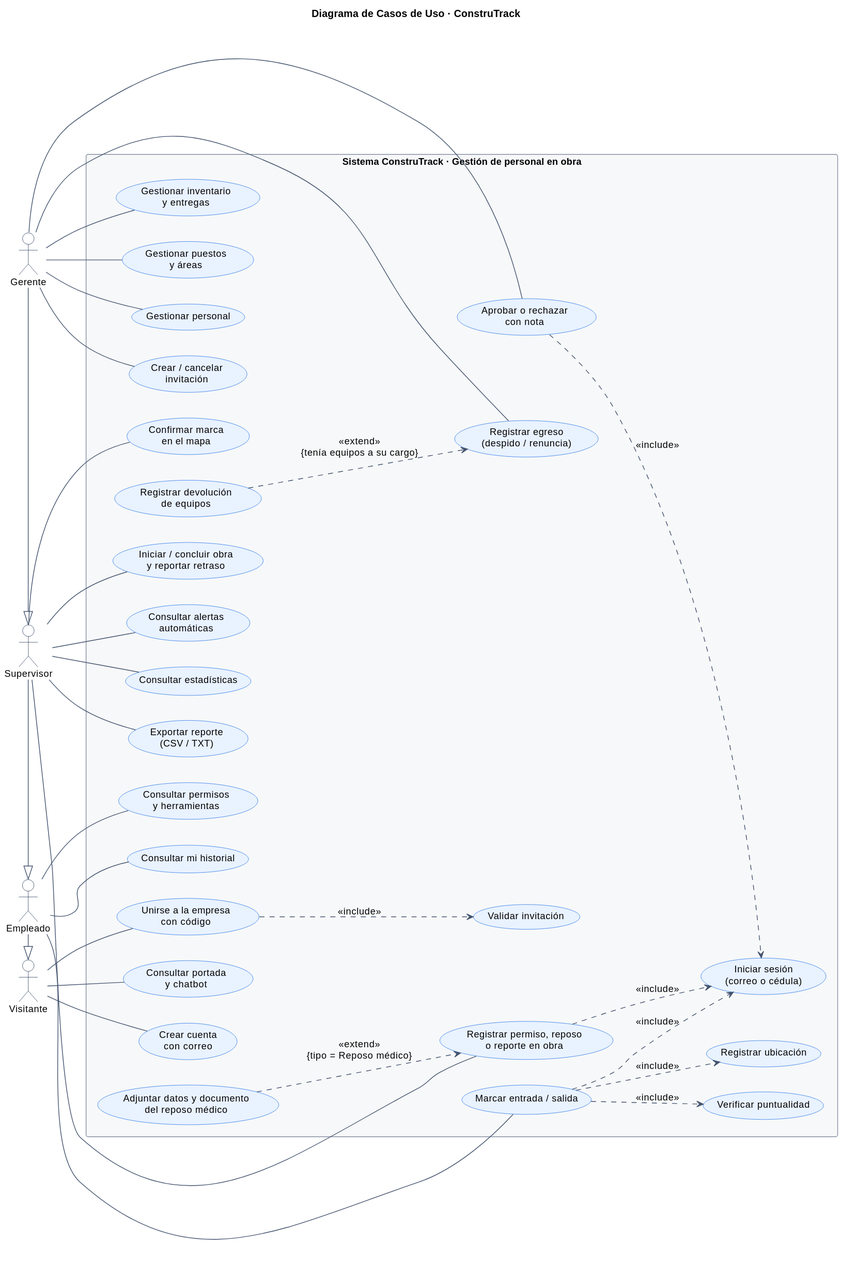
Above: docs/diagramas/img/casos_de_uso.svg in diavolo34/Proyecto-Poo (PlantUML), before the change.
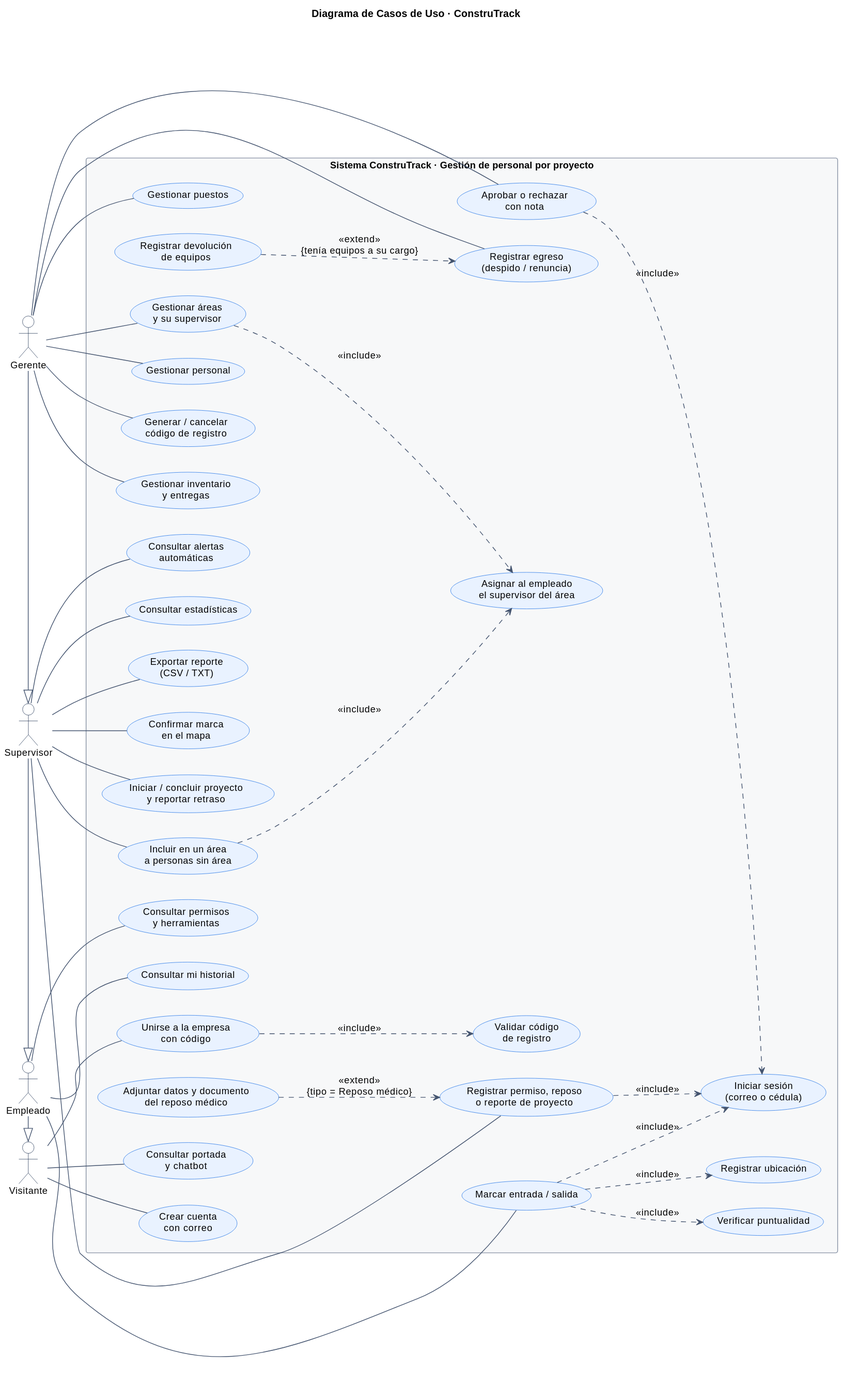
The same diagram one commit later.

What changed in the source:
```diff
@@ -11,31 +11,34 @@
 Supervisor -|> Empleado
 Gerente -|> Supervisor
 
-rectangle "Sistema ConstruTrack · Gestión de personal en obra" {
+rectangle "Sistema ConstruTrack · Gestión de personal por proyecto" {
   usecase "Consultar portada\ny chatbot" as UC_Portada
   usecase "Crear cuenta\ncon correo" as UC_Registro
   usecase "Unirse a la empresa\ncon código" as UC_Unirse
-  usecase "Validar invitación" as UC_Validar
+  usecase "Validar código\nde registro" as UC_Validar
   usecase "Iniciar sesión\n(correo o cédula)" as UC_Login
   usecase "Marcar entrada / salida" as UC_Marcar
   usecase "Verificar puntualidad" as UC_Puntual
   usecase "Registrar ubicación" as UC_Ubicacion
   usecase "Consultar mi historial" as UC_Historial
   usecase "Consultar permisos\ny herramientas" as UC_Consultar
-  usecase "Registrar permiso, reposo\no reporte en obra" as UC_Reportar
+  usecase "Registrar permiso, reposo\no reporte de proyecto" as UC_Reportar
   usecase "Adjuntar datos y documento\ndel reposo médico" as UC_Certificado
   usecase "Aprobar o rechazar\ncon nota" as UC_Revisar
   usecase "Confirmar marca\nen el mapa" as UC_Confirmar
-  usecase "Iniciar / concluir obra\ny reportar retraso" as UC_Obra
+  usecase "Iniciar / concluir proyecto\ny reportar retraso" as UC_Obra
   usecase "Registrar egreso\n(despido / renuncia)" as UC_Egreso
   usecase "Registrar devolución\nde equipos" as UC_Devolucion
   usecase "Gestionar inventario\ny entregas" as UC_Inventario
-  usecase "Gestionar puestos\ny áreas" as UC_Catalogo
+  usecase "Gestionar puestos" as UC_Catalogo
+  usecase "Incluir en un área\na personas sin área" as UC_Incluir
+  usecase "Gestionar áreas\ny su supervisor" as UC_Areas
+  usecase "Asignar al empleado\nel supervisor del área" as UC_SupArea
   usecase "Consultar alertas\nautomáticas" as UC_Alertas
   usecase "Consultar estadísticas" as UC_Estadisticas
   usecase "Exportar reporte\n(CSV / TXT)" as UC_Exportar
   usecase "Gestionar personal" as UC_Personal
-  usecase "Crear / cancelar\ninvitación" as UC_Invitar
+  usecase "Generar / cancelar\ncódigo de registro" as UC_Invitar
 }
 
 Visitante -- UC_Portada
@@ -51,6 +54,8 @@
 Gerente -- UC_Egreso
 Gerente -- UC_Inventario
 Gerente -- UC_Catalogo
+Supervisor -- UC_Incluir
+Gerente -- UC_Areas
 Supervisor -- UC_Alertas
 Supervisor -- UC_Estadisticas
 Supervisor -- UC_Exportar
@@ -65,4 +70,6 @@
 UC_Marcar ..> UC_Ubicacion : <<include>>
 UC_Certificado ..> UC_Reportar : <<extend>>\n{tipo = Reposo médico}
 UC_Devolucion ..> UC_Egreso : <<extend>>\n{tenía equipos a su cargo}
+UC_Incluir ..> UC_SupArea : <<include>>
+UC_Areas ..> UC_SupArea : <<include>>
 @enduml
```
